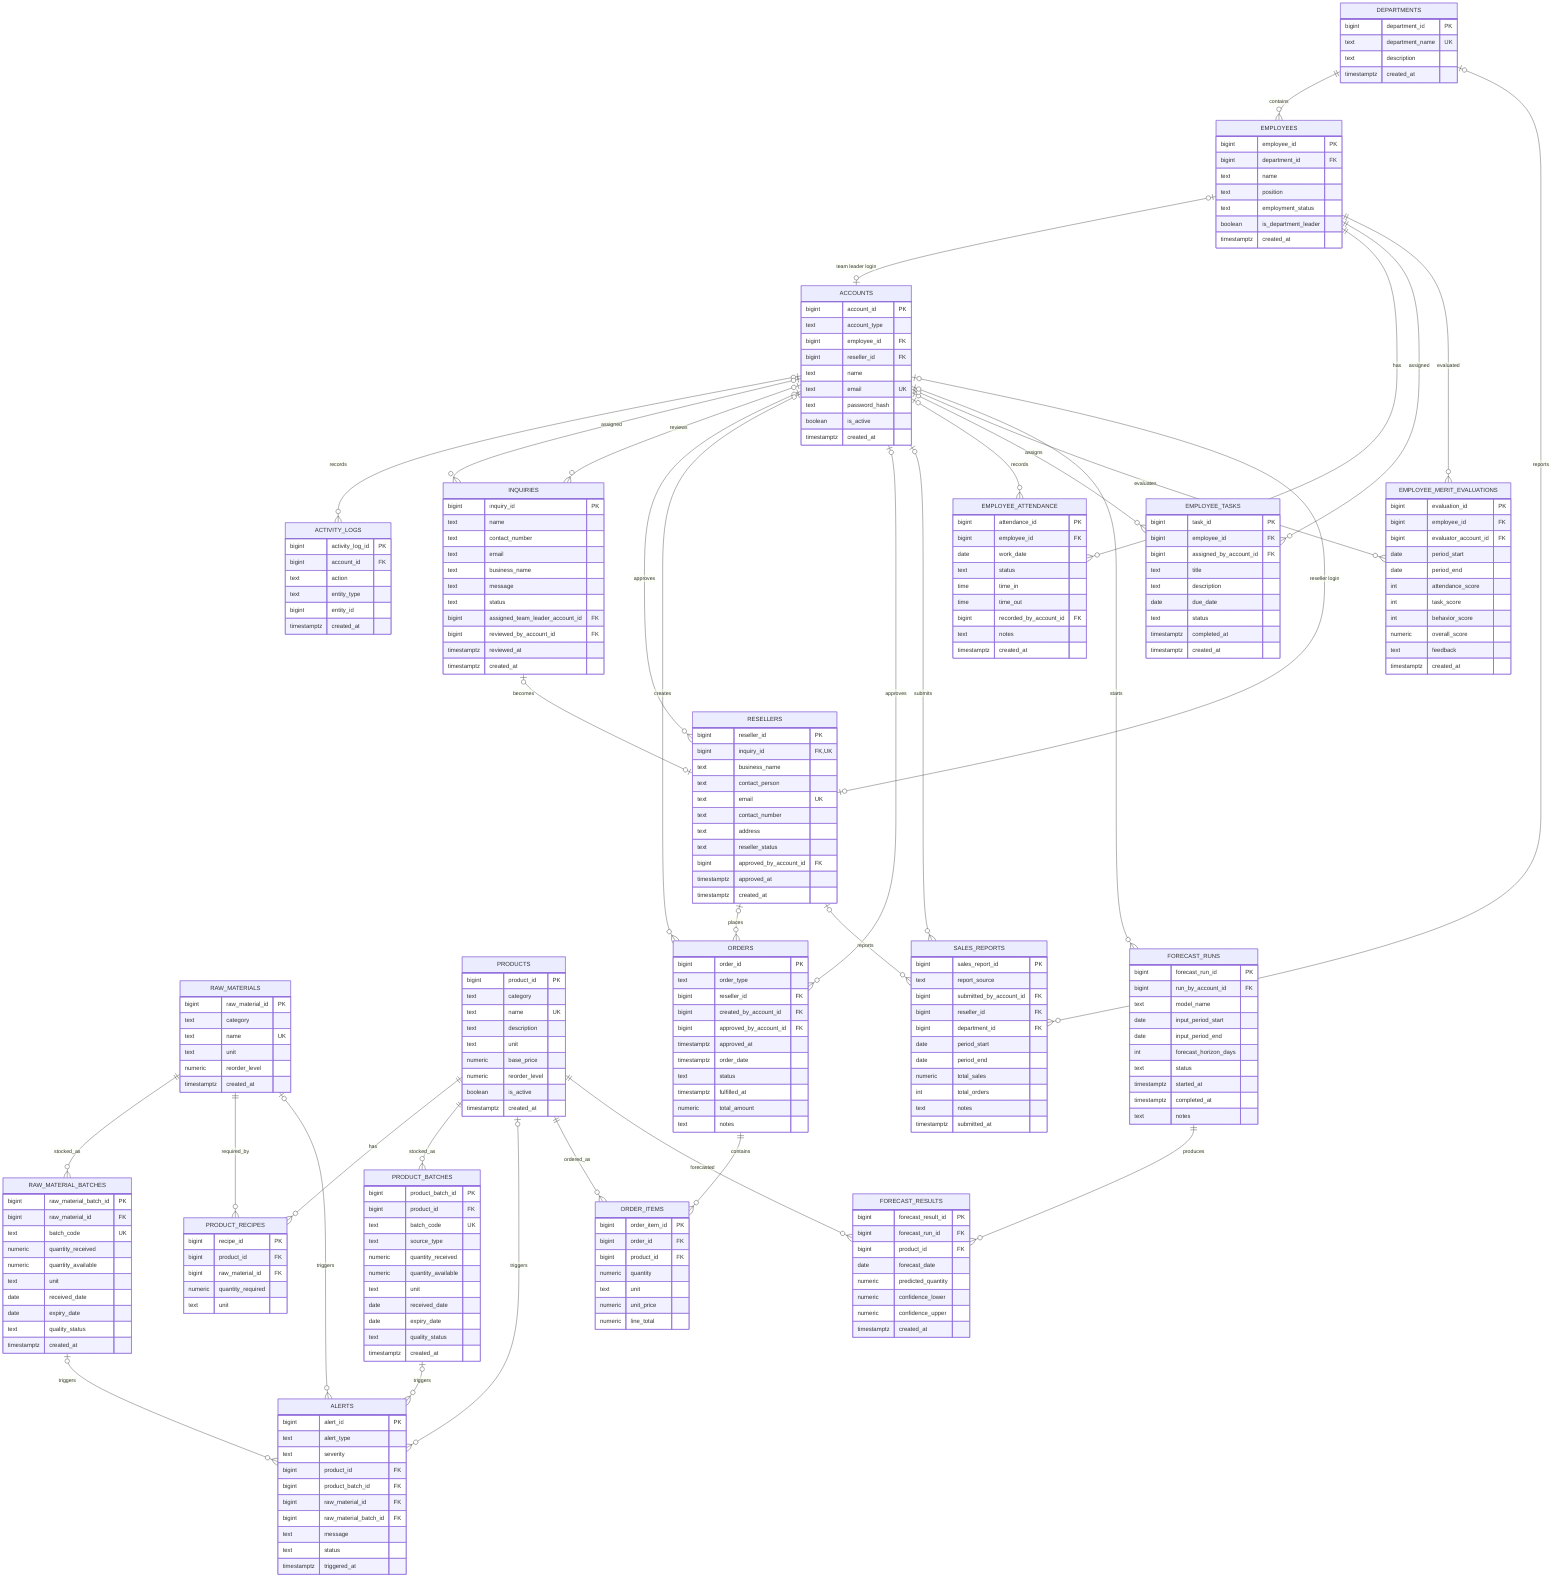
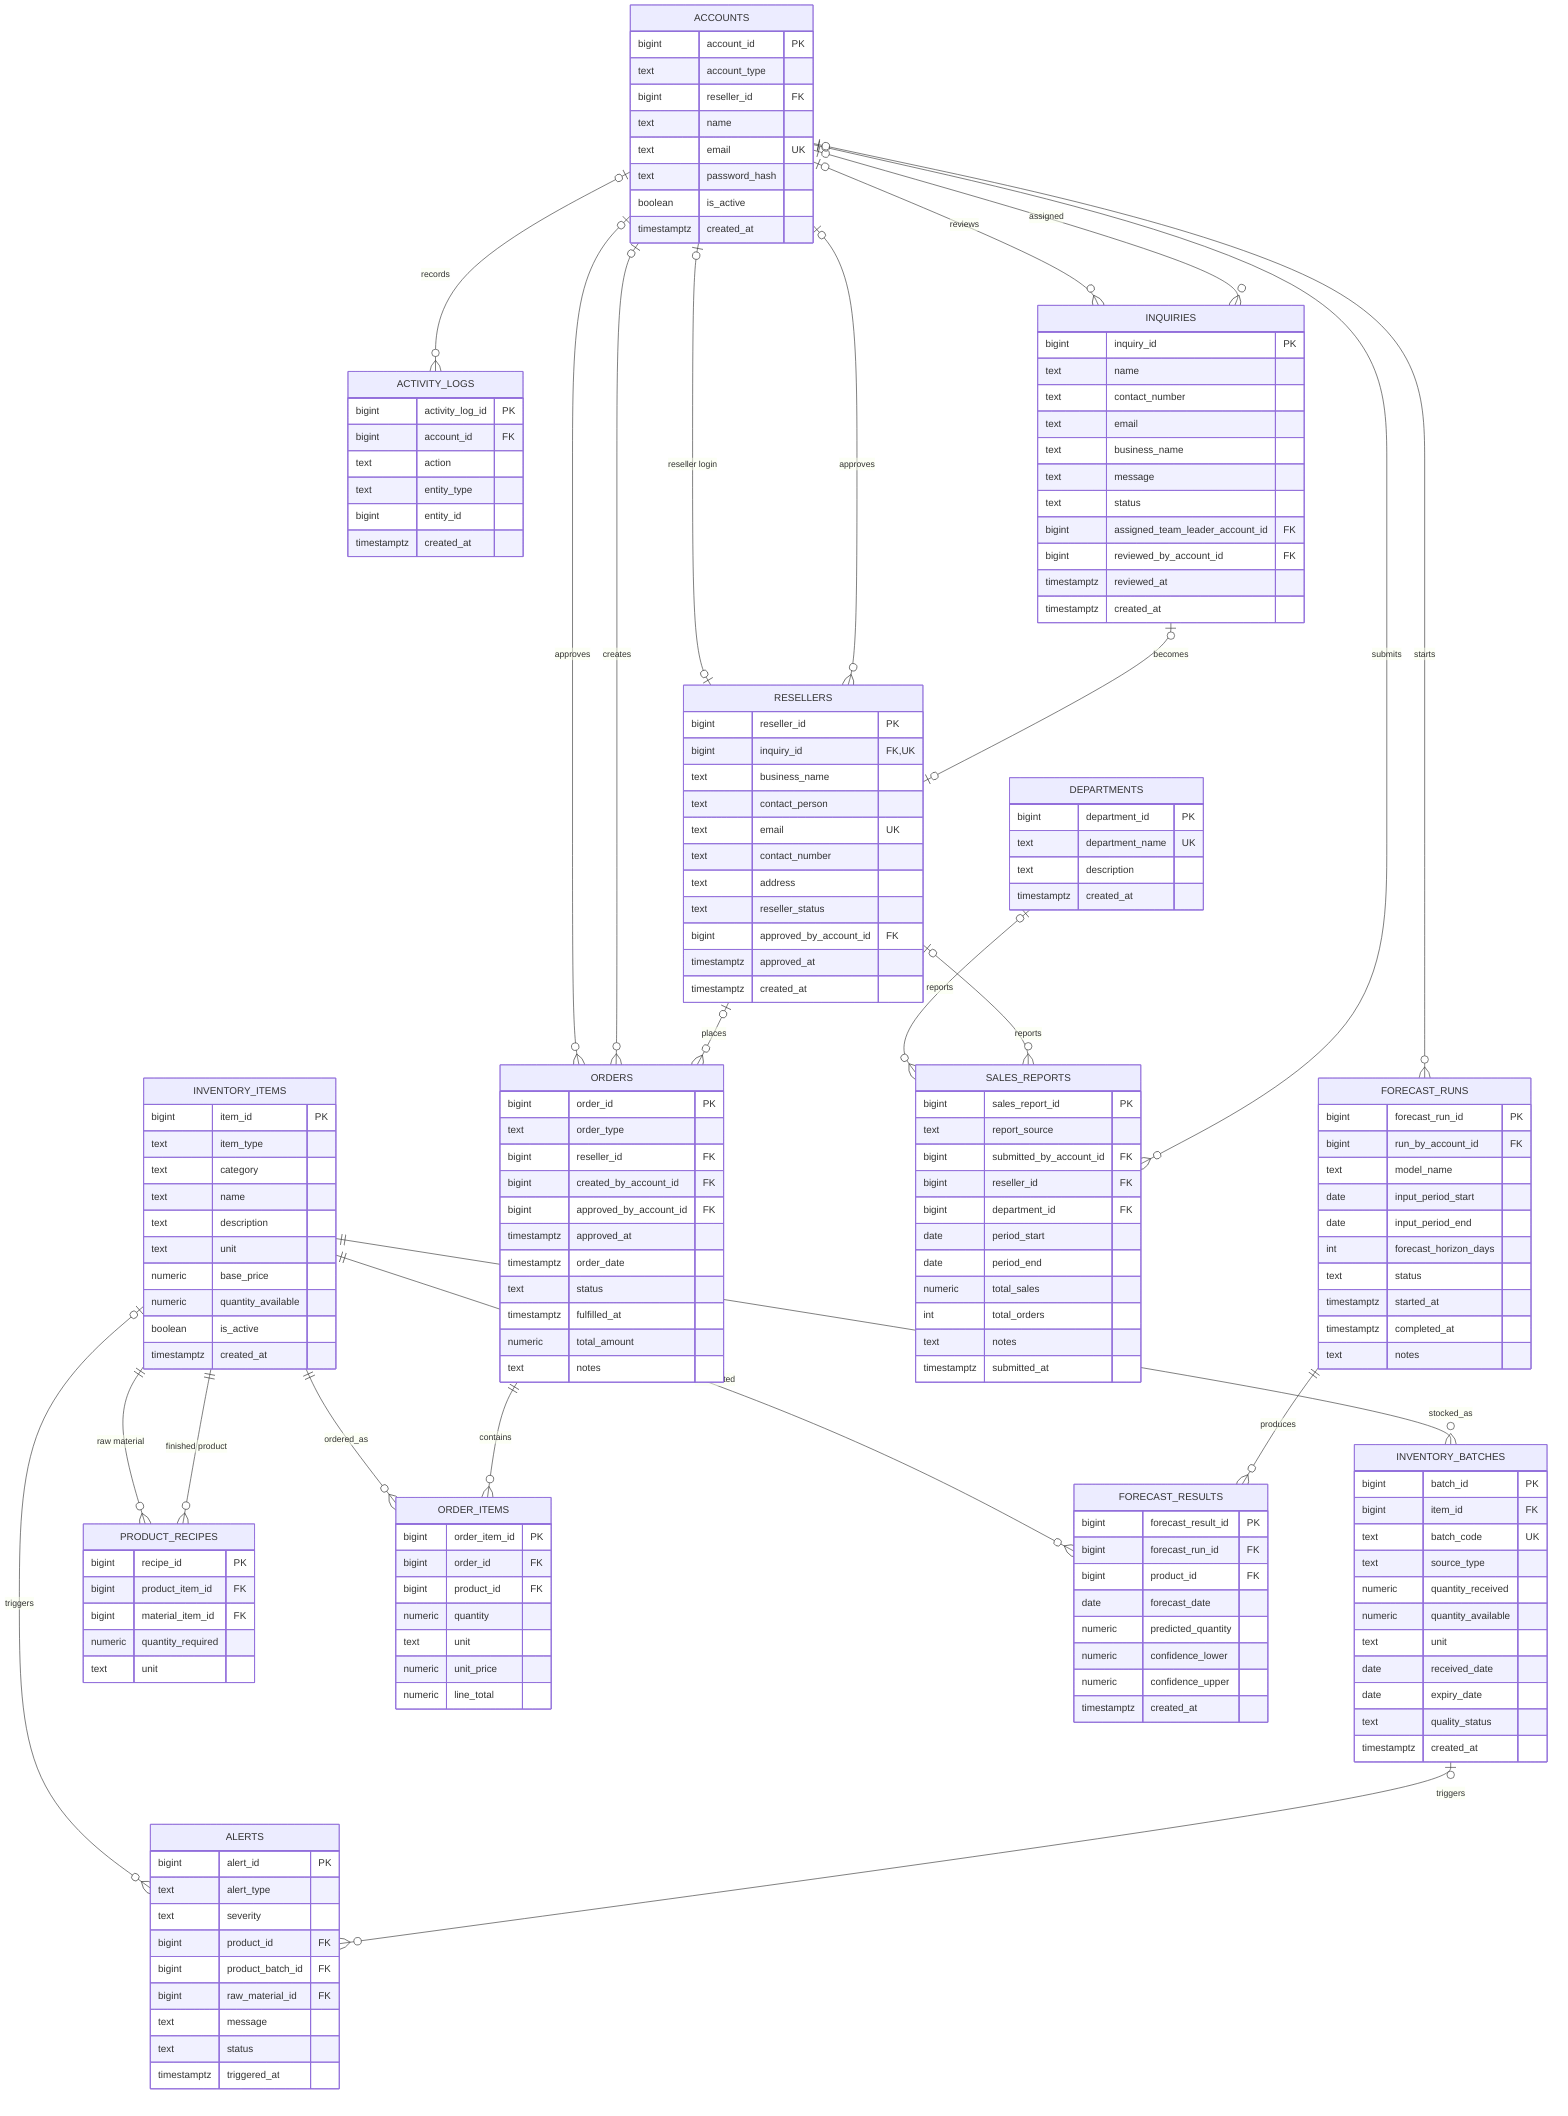
erDiagram

    DEPARTMENTS {
        bigint department_id PK
        text department_name UK
        text description
        timestamptz created_at
    }

-     EMPLOYEES {
-         bigint employee_id PK
-         bigint department_id FK
-         text name
-         text position
-         text employment_status
-         boolean is_department_leader
-         timestamptz created_at
-     }
- 
    ACCOUNTS {
        bigint account_id PK
        text account_type
-         bigint employee_id FK
        bigint reseller_id FK
        text name
        text email UK
        text password_hash
        boolean is_active
        timestamptz created_at
    }

    ACTIVITY_LOGS {
        bigint activity_log_id PK
        bigint account_id FK
        text action
        text entity_type
        bigint entity_id
        timestamptz created_at
    }

    INQUIRIES {
        bigint inquiry_id PK
        text name
        text contact_number
        text email
        text business_name
        text message
        text status
        bigint assigned_team_leader_account_id FK
        bigint reviewed_by_account_id FK
        timestamptz reviewed_at
        timestamptz created_at
    }

    RESELLERS {
        bigint reseller_id PK
        bigint inquiry_id FK,UK
        text business_name
        text contact_person
        text email UK
        text contact_number
        text address
        text reseller_status
        bigint approved_by_account_id FK
        timestamptz approved_at
        timestamptz created_at
    }

-     RAW_MATERIALS {
-         bigint raw_material_id PK
+     INVENTORY_ITEMS {
+         bigint item_id PK
+         text item_type
        text category
-         text name UK
+         text name
+         text description
        text unit
-         numeric reorder_level
+         numeric base_price
+         numeric quantity_available
+         boolean is_active
        timestamptz created_at
    }

-     RAW_MATERIAL_BATCHES {
-         bigint raw_material_batch_id PK
-         bigint raw_material_id FK
+     INVENTORY_BATCHES {
+         bigint batch_id PK
+         bigint item_id FK
        text batch_code UK
+         text source_type
        numeric quantity_received
        numeric quantity_available
        text unit
        date received_date
        date expiry_date
        text quality_status
        timestamptz created_at
    }

-     PRODUCTS {
-         bigint product_id PK
-         text category
-         text name UK
-         text description
-         text unit
-         numeric base_price
-         numeric reorder_level
-         boolean is_active
-         timestamptz created_at
-     }
- 
    PRODUCT_RECIPES {
        bigint recipe_id PK
-         bigint product_id FK
-         bigint raw_material_id FK
+         bigint product_item_id FK
+         bigint material_item_id FK
        numeric quantity_required
        text unit
-     }
- 
-     PRODUCT_BATCHES {
-         bigint product_batch_id PK
-         bigint product_id FK
-         text batch_code UK
-         text source_type
-         numeric quantity_received
-         numeric quantity_available
-         text unit
-         date received_date
-         date expiry_date
-         text quality_status
-         timestamptz created_at
    }

    ORDERS {
        bigint order_id PK
        text order_type
        bigint reseller_id FK
        bigint created_by_account_id FK
        bigint approved_by_account_id FK
        timestamptz approved_at
        timestamptz order_date
        text status
        timestamptz fulfilled_at
        numeric total_amount
        text notes
    }

    ORDER_ITEMS {
        bigint order_item_id PK
        bigint order_id FK
        bigint product_id FK
        numeric quantity
        text unit
        numeric unit_price
        numeric line_total
    }

    SALES_REPORTS {
        bigint sales_report_id PK
        text report_source
        bigint submitted_by_account_id FK
        bigint reseller_id FK
        bigint department_id FK
        date period_start
        date period_end
        numeric total_sales
        int total_orders
        text notes
        timestamptz submitted_at
    }

-     EMPLOYEE_ATTENDANCE {
-         bigint attendance_id PK
-         bigint employee_id FK
-         date work_date
-         text status
-         time time_in
-         time time_out
-         bigint recorded_by_account_id FK
-         text notes
-         timestamptz created_at
-     }
- 
-     EMPLOYEE_TASKS {
-         bigint task_id PK
-         bigint employee_id FK
-         bigint assigned_by_account_id FK
-         text title
-         text description
-         date due_date
-         text status
-         timestamptz completed_at
-         timestamptz created_at
-     }
- 
-     EMPLOYEE_MERIT_EVALUATIONS {
-         bigint evaluation_id PK
-         bigint employee_id FK
-         bigint evaluator_account_id FK
-         date period_start
-         date period_end
-         int attendance_score
-         int task_score
-         int behavior_score
-         numeric overall_score
-         text feedback
-         timestamptz created_at
-     }
- 
    ALERTS {
        bigint alert_id PK
        text alert_type
        text severity
        bigint product_id FK
        bigint product_batch_id FK
        bigint raw_material_id FK
-         bigint raw_material_batch_id FK
        text message
        text status
        timestamptz triggered_at
    }

    FORECAST_RUNS {
        bigint forecast_run_id PK
        bigint run_by_account_id FK
        text model_name
        date input_period_start
        date input_period_end
        int forecast_horizon_days
        text status
        timestamptz started_at
        timestamptz completed_at
        text notes
    }

    FORECAST_RESULTS {
        bigint forecast_result_id PK
        bigint forecast_run_id FK
        bigint product_id FK
        date forecast_date
        numeric predicted_quantity
        numeric confidence_lower
        numeric confidence_upper
        timestamptz created_at
    }

-     DEPARTMENTS ||--o{ EMPLOYEES : contains
-     EMPLOYEES |o--o| ACCOUNTS : "team leader login"
    RESELLERS |o--o| ACCOUNTS : "reseller login"
    ACCOUNTS |o--o{ ACTIVITY_LOGS : records

    ACCOUNTS |o--o{ INQUIRIES : assigned
    ACCOUNTS |o--o{ INQUIRIES : reviews
    INQUIRIES |o--o| RESELLERS : becomes
    ACCOUNTS |o--o{ RESELLERS : approves

-     RAW_MATERIALS ||--o{ RAW_MATERIAL_BATCHES : stocked_as
-     PRODUCTS ||--o{ PRODUCT_RECIPES : has
-     RAW_MATERIALS ||--o{ PRODUCT_RECIPES : required_by
-     PRODUCTS ||--o{ PRODUCT_BATCHES : stocked_as
-     PRODUCT_BATCHES |o--o{ ALERTS : triggers
-     PRODUCTS |o--o{ ALERTS : triggers
-     RAW_MATERIAL_BATCHES |o--o{ ALERTS : triggers
-     RAW_MATERIALS |o--o{ ALERTS : triggers
+     INVENTORY_ITEMS ||--o{ INVENTORY_BATCHES : stocked_as
+     INVENTORY_ITEMS ||--o{ PRODUCT_RECIPES : "finished product"
+     INVENTORY_ITEMS ||--o{ PRODUCT_RECIPES : "raw material"
+     INVENTORY_BATCHES |o--o{ ALERTS : triggers
+     INVENTORY_ITEMS |o--o{ ALERTS : triggers

    RESELLERS |o--o{ ORDERS : places
    ACCOUNTS |o--o{ ORDERS : creates
    ACCOUNTS |o--o{ ORDERS : approves
    ORDERS ||--o{ ORDER_ITEMS : contains
-     PRODUCTS ||--o{ ORDER_ITEMS : ordered_as
+     INVENTORY_ITEMS ||--o{ ORDER_ITEMS : ordered_as

    ACCOUNTS |o--o{ SALES_REPORTS : submits
    RESELLERS |o--o{ SALES_REPORTS : reports
    DEPARTMENTS |o--o{ SALES_REPORTS : reports

-     EMPLOYEES ||--o{ EMPLOYEE_ATTENDANCE : has
-     EMPLOYEES ||--o{ EMPLOYEE_TASKS : assigned
-     EMPLOYEES ||--o{ EMPLOYEE_MERIT_EVALUATIONS : evaluated
-     ACCOUNTS |o--o{ EMPLOYEE_ATTENDANCE : records
-     ACCOUNTS |o--o{ EMPLOYEE_TASKS : assigns
-     ACCOUNTS |o--o{ EMPLOYEE_MERIT_EVALUATIONS : evaluates
- 
    ACCOUNTS |o--o{ FORECAST_RUNS : starts
    FORECAST_RUNS ||--o{ FORECAST_RESULTS : produces
-     PRODUCTS ||--o{ FORECAST_RESULTS : forecasted
+     INVENTORY_ITEMS ||--o{ FORECAST_RESULTS : forecasted
